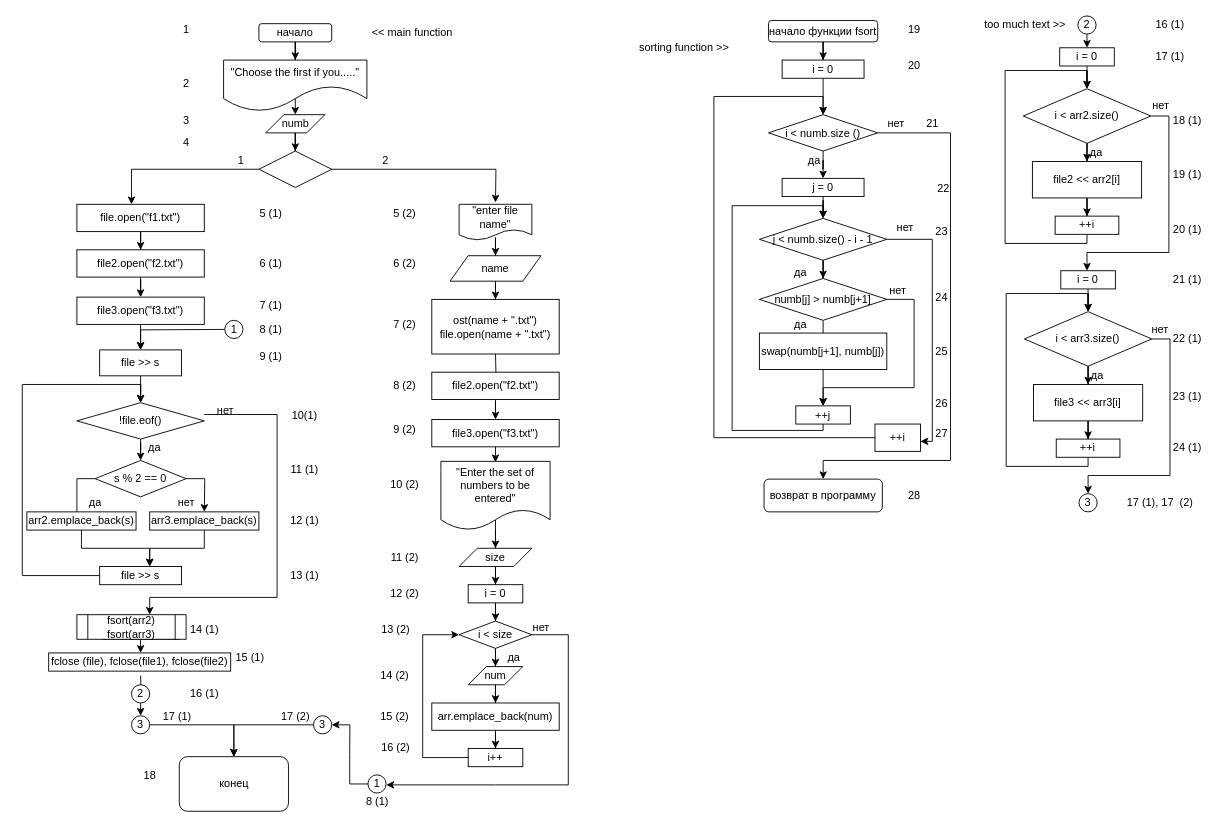
Above: 2.2.drawio in klep1koff/lifeishard (draw.io), before the change. Source tidied: cells renumbered, new cells numbered last; positions are measured from the earlier drawing's top-left corner, leaving out a move shared by most shapes. Both pictures are drawn from the tidied source at 91%, with x=0, y=0 at pixel (22, 15).
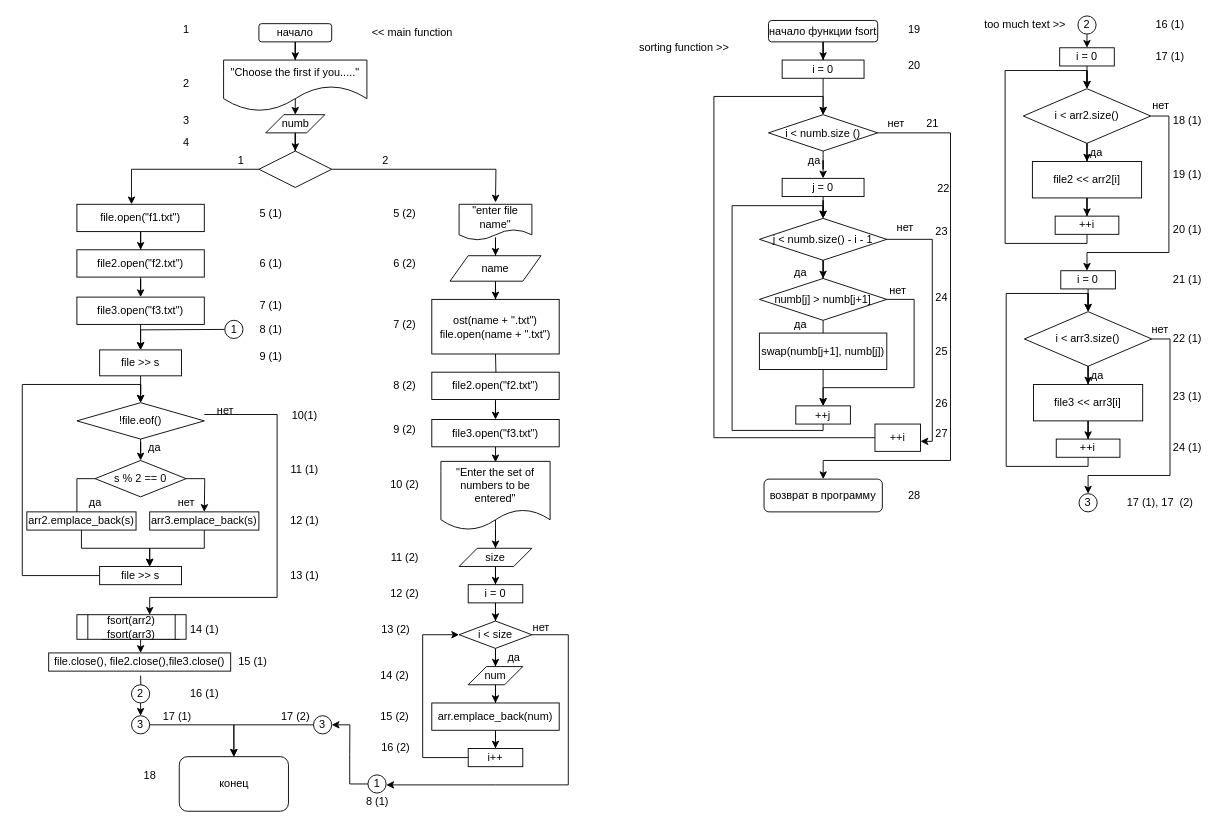
The same diagram, later.

The edit, as a diff of the source:
```diff
@@
     <mxCell id="155" value="15&amp;nbsp;(1)" style="text;html=1;align=center;verticalAlign=middle;strokeColor=none;fillColor=none;" parent="1" vertex="1">
-      <mxGeometry x="220" y="695" width="60" height="20" as="geometry" />
+      <mxGeometry x="222.5" y="700" width="60" height="20" as="geometry" />
     </mxCell>
@@
-    <mxCell id="187" value="fclose (file), fclose(file1), fclose(file2)" style="rounded=0;whiteSpace=wrap;html=1;" parent="1" vertex="1">
+    <mxCell id="187" value="file.close(), file2.close(),file3.close()" style="rounded=0;whiteSpace=wrap;html=1;" parent="1" vertex="1">
       <mxGeometry x="29" y="700" width="200" height="20" as="geometry" />
     </mxCell>
```
